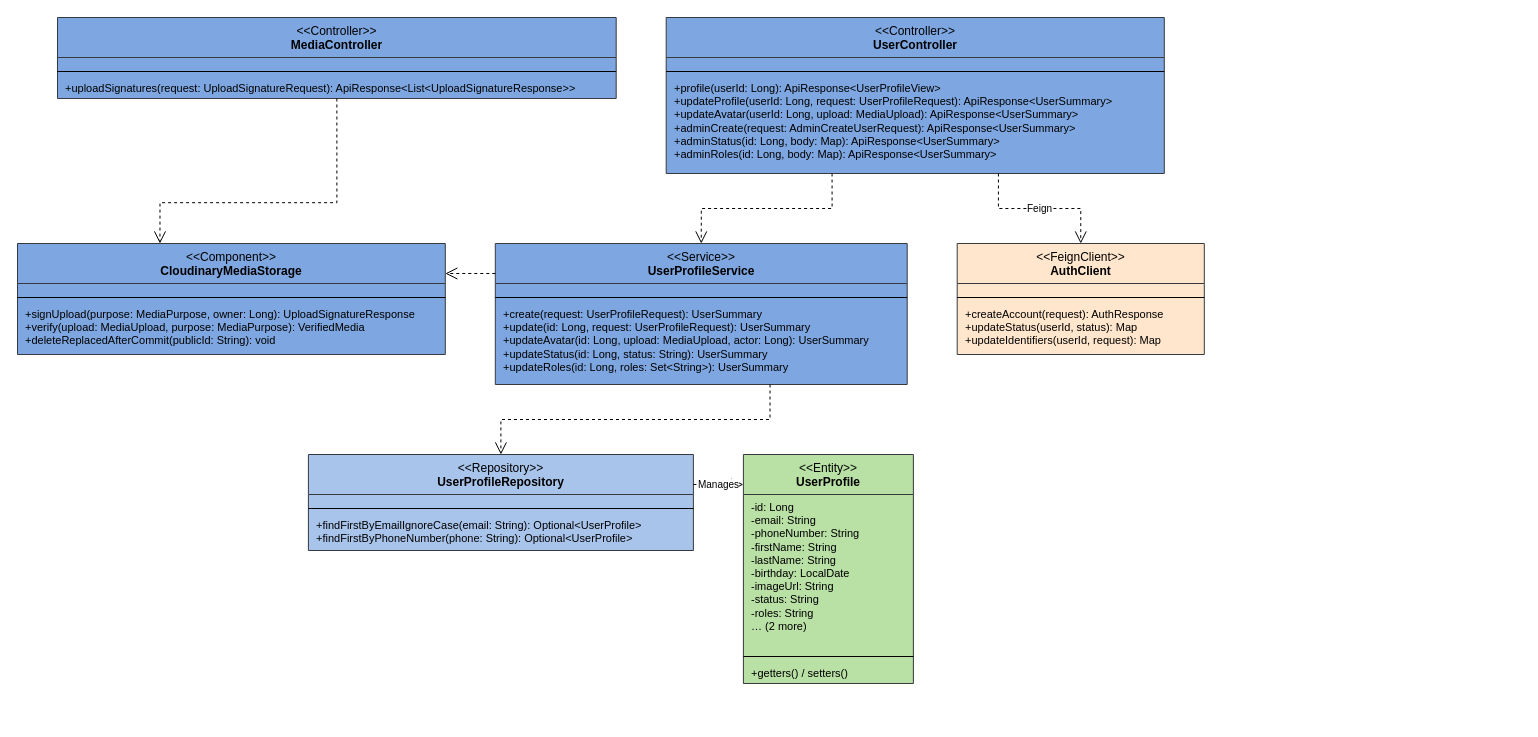
The draw.io diagram rp4/sdd-assets/drawio/cls_users.drawio in LockR-Tech/docs, before the edit. Source tidied: cells renumbered, new cells numbered last; positions are measured from the earlier drawing's top-left corner, leaving out a move shared by most shapes. Both pictures are drawn from the tidied source at 100%, with x=0, y=0 at pixel (17, 17).
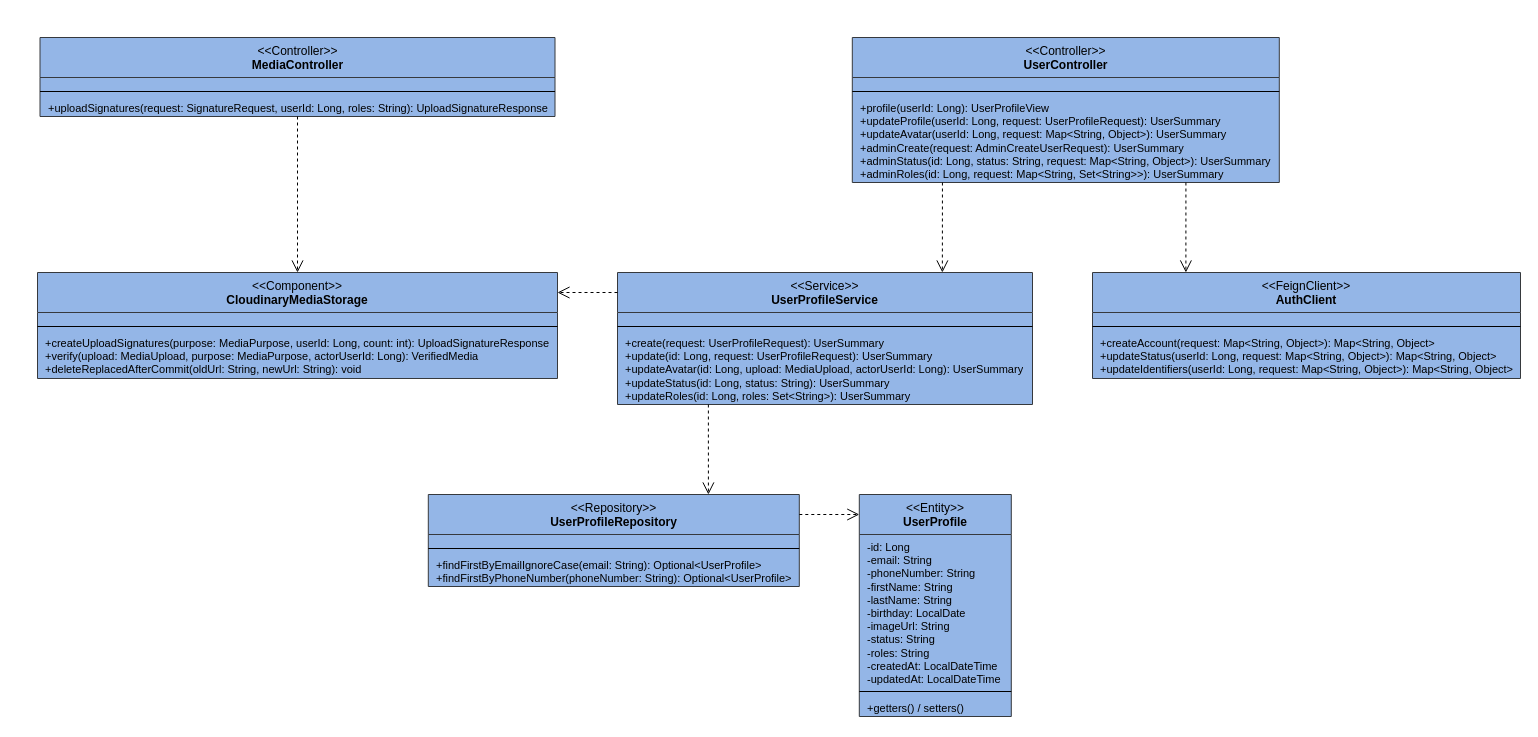
The same diagram, later.

Change to the diagram source:
```diff
@@
-    <mxCell id="2" value="&amp;lt;&amp;lt;Controller&amp;gt;&amp;gt;&lt;br&gt;&lt;b&gt;MediaController&lt;/b&gt;" style="swimlane;fontStyle=0;align=center;verticalAlign=top;horizontal=1;startSize=40;html=1;whiteSpace=wrap;fillColor=#7EA6E0;swimlaneFillColor=#7EA6E0;strokeColor=#36393d;fontSize=12;" parent="1" vertex="1">
-      <mxGeometry x="40" width="558.7" height="81" as="geometry" />
+    <mxCell id="2" value="&amp;lt;&amp;lt;Controller&amp;gt;&amp;gt;&lt;br&gt;&lt;b&gt;MediaController&lt;/b&gt;" style="swimlane;fontStyle=0;align=center;verticalAlign=top;horizontal=1;startSize=40;html=1;whiteSpace=wrap;fillColor=#94B6E7;swimlaneFillColor=#94B6E7;strokeColor=#36393d;fontSize=12;" parent="1" vertex="1">
+      <mxGeometry x="22.5" y="20" width="515" height="79" as="geometry" />
     </mxCell>
     <mxCell id="3" style="text;strokeColor=none;fillColor=none;align=left;verticalAlign=top;spacingLeft=6;spacingRight=4;overflow=hidden;html=1;whiteSpace=nowrap;fontSize=11;" parent="2" vertex="1">
-      <mxGeometry y="40" width="558.7" height="10" as="geometry" />
+      <mxGeometry y="40" width="515" height="10" as="geometry" />
     </mxCell>
     <mxCell id="4" style="line;strokeWidth=1;fillColor=none;align=left;verticalAlign=middle;spacingTop=-1;spacingLeft=3;spacingRight=3;labelPosition=right;" parent="2" vertex="1">
-      <mxGeometry y="50" width="558.7" height="8" as="geometry" />
+      <mxGeometry y="50" width="515" height="8" as="geometry" />
     </mxCell>
-    <mxCell id="5" value="+uploadSignatures(request: UploadSignatureRequest): ApiResponse&amp;lt;List&amp;lt;UploadSignatureResponse&amp;gt;&amp;gt;" style="text;strokeColor=none;fillColor=none;align=left;verticalAlign=top;spacingLeft=6;spacingRight=4;overflow=hidden;html=1;whiteSpace=nowrap;fontSize=11;" parent="2" vertex="1">
-      <mxGeometry y="58" width="558.7" height="23" as="geometry" />
+    <mxCell id="5" value="+uploadSignatures(request: SignatureRequest, userId: Long, roles: String): UploadSignatureResponse" style="text;strokeColor=none;fillColor=none;align=left;verticalAlign=top;spacingLeft=6;spacingRight=4;overflow=hidden;html=1;whiteSpace=nowrap;fontSize=11;" parent="2" vertex="1">
+      <mxGeometry y="58" width="515" height="21" as="geometry" />
     </mxCell>
-    <mxCell id="6" value="&amp;lt;&amp;lt;Controller&amp;gt;&amp;gt;&lt;br&gt;&lt;b&gt;UserController&lt;/b&gt;" style="swimlane;fontStyle=0;align=center;verticalAlign=top;horizontal=1;startSize=40;html=1;whiteSpace=wrap;fillColor=#7EA6E0;swimlaneFillColor=#7EA6E0;strokeColor=#36393d;fontSize=12;" parent="1" vertex="1">
-      <mxGeometry x="648.7" width="498.1" height="156" as="geometry" />
+    <mxCell id="6" value="&amp;lt;&amp;lt;Controller&amp;gt;&amp;gt;&lt;br&gt;&lt;b&gt;UserController&lt;/b&gt;" style="swimlane;fontStyle=0;align=center;verticalAlign=top;horizontal=1;startSize=40;html=1;whiteSpace=wrap;fillColor=#94B6E7;swimlaneFillColor=#94B6E7;strokeColor=#36393d;fontSize=12;" parent="1" vertex="1">
+      <mxGeometry x="834.8" y="20" width="427" height="145" as="geometry" />
     </mxCell>
     <mxCell id="7" style="text;strokeColor=none;fillColor=none;align=left;verticalAlign=top;spacingLeft=6;spacingRight=4;overflow=hidden;html=1;whiteSpace=nowrap;fontSize=11;" parent="6" vertex="1">
-      <mxGeometry y="40" width="498.1" height="10" as="geometry" />
+      <mxGeometry y="40" width="427" height="10" as="geometry" />
     </mxCell>
     <mxCell id="8" style="line;strokeWidth=1;fillColor=none;align=left;verticalAlign=middle;spacingTop=-1;spacingLeft=3;spacingRight=3;labelPosition=right;" parent="6" vertex="1">
-      <mxGeometry y="50" width="498.1" height="8" as="geometry" />
+      <mxGeometry y="50" width="427" height="8" as="geometry" />
     </mxCell>
-    <mxCell id="9" value="+profile(userId: Long): ApiResponse&amp;lt;UserProfileView&amp;gt;&lt;br&gt;+updateProfile(userId: Long, request: UserProfileRequest): ApiResponse&amp;lt;UserSummary&amp;gt;&lt;br&gt;+updateAvatar(userId: Long, upload: MediaUpload): ApiResponse&amp;lt;UserSummary&amp;gt;&lt;br&gt;+adminCreate(request: AdminCreateUserRequest): ApiResponse&amp;lt;UserSummary&amp;gt;&lt;br&gt;+adminStatus(id: Long, body: Map): ApiResponse&amp;lt;UserSummary&amp;gt;&lt;br&gt;+adminRoles(id: Long, body: Map): ApiResponse&amp;lt;UserSummary&amp;gt;" style="text;strokeColor=none;fillColor=none;align=left;verticalAlign=top;spacingLeft=6;spacingRight=4;overflow=hidden;html=1;whiteSpace=nowrap;fontSize=11;" parent="6" vertex="1">
-      <mxGeometry y="58" width="498.1" height="98" as="geometry" />
+    <mxCell id="9" value="+profile(userId: Long): UserProfileView&lt;br&gt;+updateProfile(userId: Long, request: UserProfileRequest): UserSummary&lt;br&gt;+updateAvatar(userId: Long, request: Map&amp;lt;String, Object&amp;gt;): UserSummary&lt;br&gt;+adminCreate(request: AdminCreateUserRequest): UserSummary&lt;br&gt;+adminStatus(id: Long, status: String, request: Map&amp;lt;String, Object&amp;gt;): UserSummary&lt;br&gt;+adminRoles(id: Long, request: Map&amp;lt;String, Set&amp;lt;String&amp;gt;&amp;gt;): UserSummary" style="text;strokeColor=none;fillColor=none;align=left;verticalAlign=top;spacingLeft=6;spacingRight=4;overflow=hidden;html=1;whiteSpace=nowrap;fontSize=11;" parent="6" vertex="1">
+      <mxGeometry y="58" width="427" height="87" as="geometry" />
     </mxCell>
-    <mxCell id="10" value="&amp;lt;&amp;lt;Component&amp;gt;&amp;gt;&lt;br&gt;&lt;b&gt;CloudinaryMediaStorage&lt;/b&gt;" style="swimlane;fontStyle=0;align=center;verticalAlign=top;horizontal=1;startSize=40;html=1;whiteSpace=wrap;fillColor=#7EA6E0;swimlaneFillColor=#7EA6E0;strokeColor=#36393d;fontSize=12;" parent="1" vertex="1">
-      <mxGeometry y="226" width="427.8" height="111" as="geometry" />
+    <mxCell id="10" value="&amp;lt;&amp;lt;Component&amp;gt;&amp;gt;&lt;br&gt;&lt;b&gt;CloudinaryMediaStorage&lt;/b&gt;" style="swimlane;fontStyle=0;align=center;verticalAlign=top;horizontal=1;startSize=40;html=1;whiteSpace=wrap;fillColor=#94B6E7;swimlaneFillColor=#94B6E7;strokeColor=#36393d;fontSize=12;" parent="1" vertex="1">
+      <mxGeometry x="20" y="255" width="520" height="106" as="geometry" />
     </mxCell>
     <mxCell id="11" style="text;strokeColor=none;fillColor=none;align=left;verticalAlign=top;spacingLeft=6;spacingRight=4;overflow=hidden;html=1;whiteSpace=nowrap;fontSize=11;" parent="10" vertex="1">
-      <mxGeometry y="40" width="427.8" height="10" as="geometry" />
+      <mxGeometry y="40" width="520" height="10" as="geometry" />
     </mxCell>
     <mxCell id="12" style="line;strokeWidth=1;fillColor=none;align=left;verticalAlign=middle;spacingTop=-1;spacingLeft=3;spacingRight=3;labelPosition=right;" parent="10" vertex="1">
-      <mxGeometry y="50" width="427.8" height="8" as="geometry" />
+      <mxGeometry y="50" width="520" height="8" as="geometry" />
     </mxCell>
-    <mxCell id="13" value="+signUpload(purpose: MediaPurpose, owner: Long): UploadSignatureResponse&lt;br&gt;+verify(upload: MediaUpload, purpose: MediaPurpose): VerifiedMedia&lt;br&gt;+deleteReplacedAfterCommit(publicId: String): void" style="text;strokeColor=none;fillColor=none;align=left;verticalAlign=top;spacingLeft=6;spacingRight=4;overflow=hidden;html=1;whiteSpace=nowrap;fontSize=11;" parent="10" vertex="1">
-      <mxGeometry y="58" width="427.8" height="53" as="geometry" />
+    <mxCell id="13" value="+createUploadSignatures(purpose: MediaPurpose, userId: Long, count: int): UploadSignatureResponse&lt;br&gt;+verify(upload: MediaUpload, purpose: MediaPurpose, actorUserId: Long): VerifiedMedia&lt;br&gt;+deleteReplacedAfterCommit(oldUrl: String, newUrl: String): void" style="text;strokeColor=none;fillColor=none;align=left;verticalAlign=top;spacingLeft=6;spacingRight=4;overflow=hidden;html=1;whiteSpace=nowrap;fontSize=11;" parent="10" vertex="1">
+      <mxGeometry y="58" width="520" height="48" as="geometry" />
     </mxCell>
-    <mxCell id="14" value="&amp;lt;&amp;lt;Service&amp;gt;&amp;gt;&lt;br&gt;&lt;b&gt;UserProfileService&lt;/b&gt;" style="swimlane;fontStyle=0;align=center;verticalAlign=top;horizontal=1;startSize=40;html=1;whiteSpace=wrap;fillColor=#7EA6E0;swimlaneFillColor=#7EA6E0;strokeColor=#36393d;fontSize=12;" parent="1" vertex="1">
-      <mxGeometry x="477.8" y="226" width="411.9" height="141" as="geometry" />
+    <mxCell id="14" value="&amp;lt;&amp;lt;Service&amp;gt;&amp;gt;&lt;br&gt;&lt;b&gt;UserProfileService&lt;/b&gt;" style="swimlane;fontStyle=0;align=center;verticalAlign=top;horizontal=1;startSize=40;html=1;whiteSpace=wrap;fillColor=#94B6E7;swimlaneFillColor=#94B6E7;strokeColor=#36393d;fontSize=12;" parent="1" vertex="1">
+      <mxGeometry x="600" y="255" width="415" height="132" as="geometry" />
     </mxCell>
     <mxCell id="15" style="text;strokeColor=none;fillColor=none;align=left;verticalAlign=top;spacingLeft=6;spacingRight=4;overflow=hidden;html=1;whiteSpace=nowrap;fontSize=11;" parent="14" vertex="1">
-      <mxGeometry y="40" width="411.9" height="10" as="geometry" />
+      <mxGeometry y="40" width="415" height="10" as="geometry" />
     </mxCell>
     <mxCell id="16" style="line;strokeWidth=1;fillColor=none;align=left;verticalAlign=middle;spacingTop=-1;spacingLeft=3;spacingRight=3;labelPosition=right;" parent="14" vertex="1">
-      <mxGeometry y="50" width="411.9" height="8" as="geometry" />
+      <mxGeometry y="50" width="415" height="8" as="geometry" />
     </mxCell>
-    <mxCell id="17" value="+create(request: UserProfileRequest): UserSummary&lt;br&gt;+update(id: Long, request: UserProfileRequest): UserSummary&lt;br&gt;+updateAvatar(id: Long, upload: MediaUpload, actor: Long): UserSummary&lt;br&gt;+updateStatus(id: Long, status: String): UserSummary&lt;br&gt;+updateRoles(id: Long, roles: Set&amp;lt;String&amp;gt;): UserSummary" style="text;strokeColor=none;fillColor=none;align=left;verticalAlign=top;spacingLeft=6;spacingRight=4;overflow=hidden;html=1;whiteSpace=nowrap;fontSize=11;" parent="14" vertex="1">
-      <mxGeometry y="58" width="411.9" height="83" as="geometry" />
+    <mxCell id="17" value="+create(request: UserProfileRequest): UserSummary&lt;br&gt;+update(id: Long, request: UserProfileRequest): UserSummary&lt;br&gt;+updateAvatar(id: Long, upload: MediaUpload, actorUserId: Long): UserSummary&lt;br&gt;+updateStatus(id: Long, status: String): UserSummary&lt;br&gt;+updateRoles(id: Long, roles: Set&amp;lt;String&amp;gt;): UserSummary" style="text;strokeColor=none;fillColor=none;align=left;verticalAlign=top;spacingLeft=6;spacingRight=4;overflow=hidden;html=1;whiteSpace=nowrap;fontSize=11;" parent="14" vertex="1">
+      <mxGeometry y="58" width="415" height="74" as="geometry" />
     </mxCell>
-    <mxCell id="18" value="&amp;lt;&amp;lt;FeignClient&amp;gt;&amp;gt;&lt;br&gt;&lt;b&gt;AuthClient&lt;/b&gt;" style="swimlane;fontStyle=0;align=center;verticalAlign=top;horizontal=1;startSize=40;html=1;whiteSpace=wrap;fillColor=#FFE6CC;swimlaneFillColor=#FFE6CC;strokeColor=#36393d;fontSize=12;" parent="1" vertex="1">
-      <mxGeometry x="939.7" y="226" width="247.1" height="111" as="geometry" />
+    <mxCell id="18" value="&amp;lt;&amp;lt;FeignClient&amp;gt;&amp;gt;&lt;br&gt;&lt;b&gt;AuthClient&lt;/b&gt;" style="swimlane;fontStyle=0;align=center;verticalAlign=top;horizontal=1;startSize=40;html=1;whiteSpace=wrap;fillColor=#94B6E7;swimlaneFillColor=#94B6E7;strokeColor=#36393d;fontSize=12;" parent="1" vertex="1">
+      <mxGeometry x="1075" y="255" width="428" height="106" as="geometry" />
     </mxCell>
     <mxCell id="19" style="text;strokeColor=none;fillColor=none;align=left;verticalAlign=top;spacingLeft=6;spacingRight=4;overflow=hidden;html=1;whiteSpace=nowrap;fontSize=11;" parent="18" vertex="1">
-      <mxGeometry y="40" width="247.1" height="10" as="geometry" />
+      <mxGeometry y="40" width="428" height="10" as="geometry" />
     </mxCell>
     <mxCell id="20" style="line;strokeWidth=1;fillColor=none;align=left;verticalAlign=middle;spacingTop=-1;spacingLeft=3;spacingRight=3;labelPosition=right;" parent="18" vertex="1">
-      <mxGeometry y="50" width="247.1" height="8" as="geometry" />
+      <mxGeometry y="50" width="428" height="8" as="geometry" />
     </mxCell>
-    <mxCell id="21" value="+createAccount(request): AuthResponse&lt;br&gt;+updateStatus(userId, status): Map&lt;br&gt;+updateIdentifiers(userId, request): Map" style="text;strokeColor=none;fillColor=none;align=left;verticalAlign=top;spacingLeft=6;spacingRight=4;overflow=hidden;html=1;whiteSpace=nowrap;fontSize=11;" parent="18" vertex="1">
-      <mxGeometry y="58" width="247.1" height="53" as="geometry" />
+    <mxCell id="21" value="+createAccount(request: Map&amp;lt;String, Object&amp;gt;): Map&amp;lt;String, Object&amp;gt;&lt;br&gt;+updateStatus(userId: Long, request: Map&amp;lt;String, Object&amp;gt;): Map&amp;lt;String, Object&amp;gt;&lt;br&gt;+updateIdentifiers(userId: Long, request: Map&amp;lt;String, Object&amp;gt;): Map&amp;lt;String, Object&amp;gt;" style="text;strokeColor=none;fillColor=none;align=left;verticalAlign=top;spacingLeft=6;spacingRight=4;overflow=hidden;html=1;whiteSpace=nowrap;fontSize=11;" parent="18" vertex="1">
+      <mxGeometry y="58" width="428" height="48" as="geometry" />
     </mxCell>
-    <mxCell id="22" value="&amp;lt;&amp;lt;Repository&amp;gt;&amp;gt;&lt;br&gt;&lt;b&gt;UserProfileRepository&lt;/b&gt;" style="swimlane;fontStyle=0;align=center;verticalAlign=top;horizontal=1;startSize=40;html=1;whiteSpace=wrap;fillColor=#A9C4EB;swimlaneFillColor=#A9C4EB;strokeColor=#36393d;fontSize=12;" parent="1" vertex="1">
-      <mxGeometry x="290.9" y="437" width="385" height="96" as="geometry" />
+    <mxCell id="22" value="&amp;lt;&amp;lt;Repository&amp;gt;&amp;gt;&lt;br&gt;&lt;b&gt;UserProfileRepository&lt;/b&gt;" style="swimlane;fontStyle=0;align=center;verticalAlign=top;horizontal=1;startSize=40;html=1;whiteSpace=wrap;fillColor=#94B6E7;swimlaneFillColor=#94B6E7;strokeColor=#36393d;fontSize=12;" parent="1" vertex="1">
+      <mxGeometry x="410.8" y="477" width="371" height="92" as="geometry" />
     </mxCell>
     <mxCell id="23" style="text;strokeColor=none;fillColor=none;align=left;verticalAlign=top;spacingLeft=6;spacingRight=4;overflow=hidden;html=1;whiteSpace=nowrap;fontSize=11;" parent="22" vertex="1">
-      <mxGeometry y="40" width="385" height="10" as="geometry" />
+      <mxGeometry y="40" width="371" height="10" as="geometry" />
     </mxCell>
     <mxCell id="24" style="line;strokeWidth=1;fillColor=none;align=left;verticalAlign=middle;spacingTop=-1;spacingLeft=3;spacingRight=3;labelPosition=right;" parent="22" vertex="1">
-      <mxGeometry y="50" width="385" height="8" as="geometry" />
+      <mxGeometry y="50" width="371" height="8" as="geometry" />
     </mxCell>
-    <mxCell id="25" value="+findFirstByEmailIgnoreCase(email: String): Optional&amp;lt;UserProfile&amp;gt;&lt;br&gt;+findFirstByPhoneNumber(phone: String): Optional&amp;lt;UserProfile&amp;gt;" style="text;strokeColor=none;fillColor=none;align=left;verticalAlign=top;spacingLeft=6;spacingRight=4;overflow=hidden;html=1;whiteSpace=nowrap;fontSize=11;" parent="22" vertex="1">
-      <mxGeometry y="58" width="385" height="38" as="geometry" />
+    <mxCell id="25" value="+findFirstByEmailIgnoreCase(email: String): Optional&amp;lt;UserProfile&amp;gt;&lt;br&gt;+findFirstByPhoneNumber(phoneNumber: String): Optional&amp;lt;UserProfile&amp;gt;" style="text;strokeColor=none;fillColor=none;align=left;verticalAlign=top;spacingLeft=6;spacingRight=4;overflow=hidden;html=1;whiteSpace=nowrap;fontSize=11;" parent="22" vertex="1">
+      <mxGeometry y="58" width="371" height="34" as="geometry" />
     </mxCell>
-    <mxCell id="26" value="&amp;lt;&amp;lt;Entity&amp;gt;&amp;gt;&lt;br&gt;&lt;b&gt;UserProfile&lt;/b&gt;" style="swimlane;fontStyle=0;align=center;verticalAlign=top;horizontal=1;startSize=40;html=1;whiteSpace=wrap;fillColor=#B9E0A5;swimlaneFillColor=#B9E0A5;strokeColor=#36393d;fontSize=12;" parent="1" vertex="1">
-      <mxGeometry x="725.9" y="437" width="170" height="229" as="geometry" />
+    <mxCell id="26" value="&amp;lt;&amp;lt;Entity&amp;gt;&amp;gt;&lt;br&gt;&lt;b&gt;UserProfile&lt;/b&gt;" style="swimlane;fontStyle=0;align=center;verticalAlign=top;horizontal=1;startSize=40;html=1;whiteSpace=wrap;fillColor=#94B6E7;swimlaneFillColor=#94B6E7;strokeColor=#36393d;fontSize=12;" parent="1" vertex="1">
+      <mxGeometry x="841.8" y="477" width="152" height="222" as="geometry" />
     </mxCell>
-    <mxCell id="27" value="-id: Long&lt;br&gt;-email: String&lt;br&gt;-phoneNumber: String&lt;br&gt;-firstName: String&lt;br&gt;-lastName: String&lt;br&gt;-birthday: LocalDate&lt;br&gt;-imageUrl: String&lt;br&gt;-status: String&lt;br&gt;-roles: String&lt;br&gt;… (2 more)" style="text;strokeColor=none;fillColor=none;align=left;verticalAlign=top;spacingLeft=6;spacingRight=4;overflow=hidden;html=1;whiteSpace=nowrap;fontSize=11;" parent="26" vertex="1">
-      <mxGeometry y="40" width="170" height="158" as="geometry" />
+    <mxCell id="27" value="-id: Long&lt;br&gt;-email: String&lt;br&gt;-phoneNumber: String&lt;br&gt;-firstName: String&lt;br&gt;-lastName: String&lt;br&gt;-birthday: LocalDate&lt;br&gt;-imageUrl: String&lt;br&gt;-status: String&lt;br&gt;-roles: String&lt;br&gt;-createdAt: LocalDateTime&lt;br&gt;-updatedAt: LocalDateTime" style="text;strokeColor=none;fillColor=none;align=left;verticalAlign=top;spacingLeft=6;spacingRight=4;overflow=hidden;html=1;whiteSpace=nowrap;fontSize=11;" parent="26" vertex="1">
+      <mxGeometry y="40" width="152" height="153" as="geometry" />
     </mxCell>
     <mxCell id="28" style="line;strokeWidth=1;fillColor=none;align=left;verticalAlign=middle;spacingTop=-1;spacingLeft=3;spacingRight=3;labelPosition=right;" parent="26" vertex="1">
-      <mxGeometry y="198" width="170" height="8" as="geometry" />
+      <mxGeometry y="193" width="152" height="8" as="geometry" />
     </mxCell>
     <mxCell id="29" value="+getters() / setters()" style="text;strokeColor=none;fillColor=none;align=left;verticalAlign=top;spacingLeft=6;spacingRight=4;overflow=hidden;html=1;whiteSpace=nowrap;fontSize=11;" parent="26" vertex="1">
-      <mxGeometry y="206" width="170" height="23" as="geometry" />
+      <mxGeometry y="201" width="152" height="21" as="geometry" />
     </mxCell>
-    <mxCell id="30" style="edgeStyle=orthogonalEdgeStyle;rounded=0;html=1;dashed=1;endArrow=open;endSize=10;fontSize=10;labelBackgroundColor=#ffffff;exitX=0.333;exitY=1;exitDx=0;exitDy=0;entryX=0.500;entryY=0;entryDx=0;entryDy=0;" parent="1" edge="1" source="6" target="14">
-      <mxGeometry relative="1" as="geometry">
-        <Array as="points">
-          <mxPoint x="814.7" y="191" />
-          <mxPoint x="683.8" y="191" />
-        </Array>
-      </mxGeometry>
+    <mxCell id="30" style="edgeStyle=none;rounded=0;html=1;fontSize=10;labelBackgroundColor=#ffffff;strokeColor=#000000;dashed=1;endArrow=open;endSize=10;exitX=1.0000;exitY=0.2174;exitDx=0;exitDy=0;exitPerimeter=0;entryX=0.0000;entryY=0.0901;entryDx=0;entryDy=0;entryPerimeter=0;" parent="1" edge="1" source="22" target="26">
+      <mxGeometry relative="1" as="geometry" />
     </mxCell>
-    <mxCell id="31" style="edgeStyle=orthogonalEdgeStyle;rounded=0;html=1;dashed=1;endArrow=open;endSize=10;fontSize=10;labelBackgroundColor=#ffffff;exitX=0.500;exitY=1;exitDx=0;exitDy=0;entryX=0.333;entryY=0;entryDx=0;entryDy=0;" parent="1" edge="1" source="2" target="10">
-      <mxGeometry relative="1" as="geometry">
-        <Array as="points">
-          <mxPoint x="319.3" y="185.2" />
-          <mxPoint x="142.6" y="185.2" />
-        </Array>
-      </mxGeometry>
+    <mxCell id="31" style="edgeStyle=none;rounded=0;html=1;fontSize=10;labelBackgroundColor=#ffffff;strokeColor=#000000;dashed=1;endArrow=open;endSize=10;exitX=0.0000;exitY=0.1515;exitDx=0;exitDy=0;exitPerimeter=0;entryX=1.0000;entryY=0.1887;entryDx=0;entryDy=0;entryPerimeter=0;" parent="1" edge="1" source="14" target="10">
+      <mxGeometry relative="1" as="geometry" />
     </mxCell>
-    <mxCell id="32" style="edgeStyle=orthogonalEdgeStyle;rounded=0;html=1;dashed=1;endArrow=open;endSize=10;fontSize=10;labelBackgroundColor=#ffffff;exitX=0;exitY=0.2128;exitDx=0;exitDy=0;entryX=1;entryY=0.2703;entryDx=0;entryDy=0;" parent="1" edge="1" source="14" target="10">
+    <mxCell id="32" style="edgeStyle=none;rounded=0;html=1;fontSize=10;labelBackgroundColor=#ffffff;strokeColor=#000000;dashed=1;endArrow=open;endSize=10;exitX=0.5000;exitY=1.0000;exitDx=0;exitDy=0;exitPerimeter=0;entryX=0.5000;entryY=0.0000;entryDx=0;entryDy=0;entryPerimeter=0;" parent="1" edge="1" source="2" target="10">
       <mxGeometry relative="1" as="geometry" />
     </mxCell>
-    <mxCell id="33" value="Feign" style="edgeStyle=orthogonalEdgeStyle;rounded=0;html=1;dashed=1;endArrow=open;endSize=10;fontSize=10;labelBackgroundColor=#ffffff;exitX=0.667;exitY=1;exitDx=0;exitDy=0;entryX=0.500;entryY=0;entryDx=0;entryDy=0;" parent="1" edge="1" source="6" target="18">
-      <mxGeometry relative="1" as="geometry">
-        <Array as="points">
-          <mxPoint x="980.8" y="191" />
-          <mxPoint x="1063.3" y="191" />
-        </Array>
-      </mxGeometry>
+    <mxCell id="33" style="edgeStyle=none;rounded=0;html=1;fontSize=10;labelBackgroundColor=#ffffff;strokeColor=#000000;dashed=1;endArrow=open;endSize=10;exitX=0.2190;exitY=1.0000;exitDx=0;exitDy=0;exitPerimeter=0;entryX=0.7550;entryY=0.0000;entryDx=0;entryDy=0;entryPerimeter=0;" parent="1" edge="1" source="14" target="22">
+      <mxGeometry relative="1" as="geometry" />
     </mxCell>
-    <mxCell id="34" style="edgeStyle=orthogonalEdgeStyle;rounded=0;html=1;dashed=1;endArrow=open;endSize=10;fontSize=10;labelBackgroundColor=#ffffff;exitX=0.667;exitY=1;exitDx=0;exitDy=0;entryX=0.500;entryY=0;entryDx=0;entryDy=0;" parent="1" edge="1" source="14" target="22">
-      <mxGeometry relative="1" as="geometry">
-        <Array as="points">
-          <mxPoint x="752.4" y="402" />
-          <mxPoint x="483.4" y="402" />
-        </Array>
-      </mxGeometry>
+    <mxCell id="34" style="edgeStyle=none;rounded=0;html=1;fontSize=10;labelBackgroundColor=#ffffff;strokeColor=#000000;dashed=1;endArrow=open;endSize=10;exitX=0.2111;exitY=1.0000;exitDx=0;exitDy=0;exitPerimeter=0;entryX=0.7828;entryY=0.0000;entryDx=0;entryDy=0;entryPerimeter=0;" parent="1" edge="1" source="6" target="14">
+      <mxGeometry relative="1" as="geometry" />
     </mxCell>
-    <mxCell id="35" value="Manages" style="edgeStyle=orthogonalEdgeStyle;rounded=0;html=1;dashed=1;endArrow=open;endSize=10;fontSize=10;labelBackgroundColor=#ffffff;exitX=1;exitY=0.3125;exitDx=0;exitDy=0;entryX=0;entryY=0.1310;entryDx=0;entryDy=0;" parent="1" edge="1" source="22" target="26">
+    <mxCell id="35" style="edgeStyle=none;rounded=0;html=1;fontSize=10;labelBackgroundColor=#ffffff;strokeColor=#000000;dashed=1;endArrow=open;endSize=10;exitX=0.7813;exitY=1.0000;exitDx=0;exitDy=0;exitPerimeter=0;entryX=0.2182;entryY=0.0000;entryDx=0;entryDy=0;entryPerimeter=0;" parent="1" edge="1" source="6" target="18">
       <mxGeometry relative="1" as="geometry" />
     </mxCell>
```
